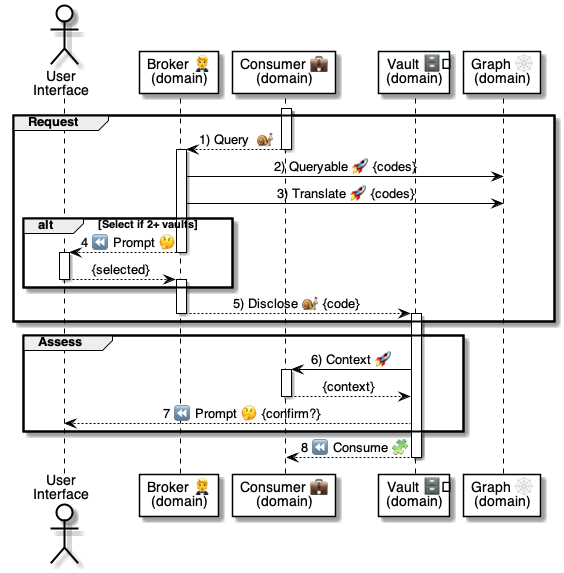
This is 5 ⏩ Flows/90 🧑‍🦰👉 Wallets/30 👉🔗 Binds/.📎 Assets/⚙️ Share Bind.png from pollyweb-org/pollyweb-docs, a PlantUML export, as it was before one commit. Its source is kept beside it as 5 ⏩ Flows/90 🧑‍🦰👉 Wallets/30 👉🔗 Binds/.📎 Assets/⚙️ Share Bind.puml. Its diagram source:
```plantuml
@startuml Wallet: Share()


actor "User\nInterface" as user
participant "Broker 🤵\n(domain)" as broker
participant "Consumer 💼\n(domain)" as consumer
participant "Vault 🗄️\n(domain)" as vault
participant "Graph 🕸\n(domain)" as graph


activate consumer

group Request

    consumer --> broker: 1) Query  🐌
    deactivate consumer

    activate broker
    broker -> graph: 2) Queryable 🚀 {codes}
    broker -> graph: 3) Translate 🚀 {codes}

    alt Select if 2+ vaults
        broker --> user: 4 ⏪ Prompt 🤔
        deactivate broker

        activate user
            user --> broker: {selected}
        deactivate user

        activate broker
    end alt

    broker --> vault: 5) Disclose 🐌 {code}
    deactivate broker

    activate vault

end group

group Assess

    vault -> consumer: 6) Context 🚀
    activate consumer
    consumer --> vault: {context}
    deactivate consumer

    vault --> user: 7 ⏪ Prompt 🤔 {confirm?}
end group

vault --> consumer: 8 ⏪ Consume 🧩
deactivate vault



@enduml
```
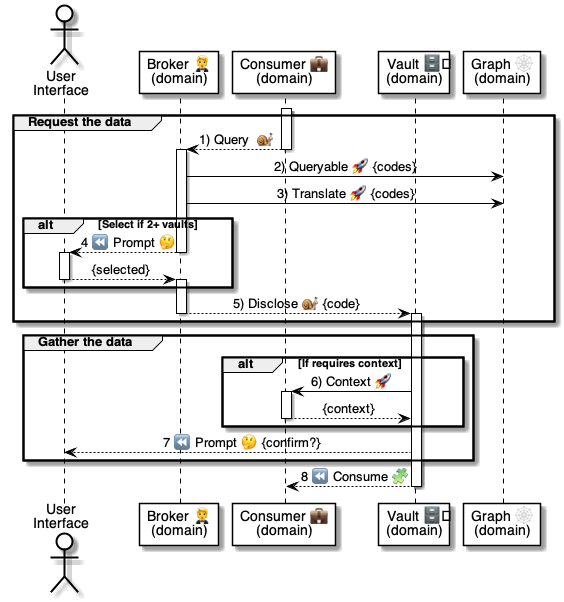
The same diagram one commit later.

Diff of the diagram source:
```diff
@@ -10,7 +10,7 @@
 
 activate consumer
 
-group Request
+group Request the data
 
     consumer --> broker: 1) Query  🐌
     deactivate consumer
@@ -37,12 +37,14 @@
 
 end group
 
-group Assess
+group Gather the data
 
-    vault -> consumer: 6) Context 🚀
-    activate consumer
-    consumer --> vault: {context}
-    deactivate consumer
+    alt If requires context
+        vault -> consumer: 6) Context 🚀
+        activate consumer
+        consumer --> vault: {context}
+        deactivate consumer
+    end alt
 
     vault --> user: 7 ⏪ Prompt 🤔 {confirm?}
 end group
```
